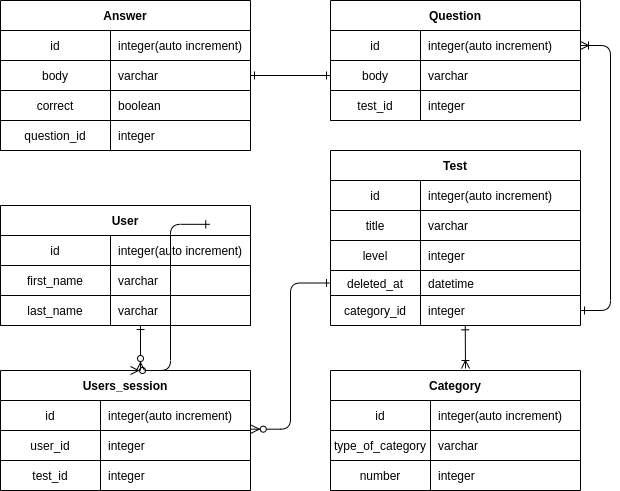
Before: ER-diagram of TestGuru project.png, a diagram exported from draw.io (Yuliya-Kirich/thinknetika_base). Source tidied: cells renumbered, new cells last; positions are measured from the earlier drawing's top-left corner, leaving out a move shared by most shapes. Its diagram source:
```xml
<mxGraphModel>
  <root>
    <mxCell id="0" />
    <mxCell id="1" parent="0" />
    <mxCell id="2" style="edgeStyle=entityRelationEdgeStyle;endArrow=ERone;startArrow=ERoneToMany;endFill=0;startFill=0;" parent="1" edge="1" source="4" target="26">
      <mxGeometry relative="1" as="geometry" />
    </mxCell>
    <mxCell id="3" value="Question" style="shape=table;startSize=30;rowLines=0;fontStyle=1;align=center;" parent="1" vertex="1">
      <mxGeometry x="330" width="250" height="120" as="geometry" />
    </mxCell>
    <mxCell id="4" style="shape=partialRectangle;fillColor=none;points=[[0,0.5],[1,0.5]];portConstraint=eastwest;top=0;left=0;right=0;bottom=1;" parent="3" vertex="1">
      <mxGeometry y="30" width="250" height="30" as="geometry" />
    </mxCell>
    <mxCell id="5" value="id" style="shape=partialRectangle;overflow=hidden;fillColor=none;top=0;left=0;bottom=0;right=0;fontStyle=0;" parent="4" vertex="1">
      <mxGeometry width="90" height="30" as="geometry" />
    </mxCell>
    <mxCell id="6" value="integer(auto increment)" style="shape=partialRectangle;overflow=hidden;fillColor=none;top=0;left=0;bottom=0;right=0;align=left;spacingLeft=6;fontStyle=0;" parent="4" vertex="1">
      <mxGeometry x="90" width="160" height="30" as="geometry" />
    </mxCell>
    <mxCell id="7" style="shape=partialRectangle;fillColor=none;points=[[0,0.5],[1,0.5]];portConstraint=eastwest;top=0;left=0;right=0;bottom=1;" parent="3" vertex="1">
      <mxGeometry y="60" width="250" height="30" as="geometry" />
    </mxCell>
    <mxCell id="8" value="body" style="shape=partialRectangle;overflow=hidden;fillColor=none;top=0;left=0;bottom=0;right=0;fontStyle=0;" parent="7" vertex="1">
      <mxGeometry width="90" height="30" as="geometry" />
    </mxCell>
    <mxCell id="9" value="varchar" style="shape=partialRectangle;overflow=hidden;fillColor=none;top=0;left=0;bottom=0;right=0;align=left;spacingLeft=6;fontStyle=0;" parent="7" vertex="1">
      <mxGeometry x="90" width="160" height="30" as="geometry" />
    </mxCell>
    <mxCell id="10" style="shape=partialRectangle;fillColor=none;top=0;left=0;right=0;bottom=1;" parent="3" vertex="1">
      <mxGeometry y="90" width="250" height="30" as="geometry" />
    </mxCell>
    <mxCell id="11" value="test_id" style="shape=partialRectangle;overflow=hidden;fillColor=none;top=0;left=0;bottom=0;right=0;fontStyle=0;" parent="10" vertex="1">
      <mxGeometry width="90" height="30" as="geometry" />
    </mxCell>
    <mxCell id="12" value="integer" style="shape=partialRectangle;overflow=hidden;fillColor=none;top=0;left=0;bottom=0;right=0;align=left;spacingLeft=6;fontStyle=0;" parent="10" vertex="1">
      <mxGeometry x="90" width="160" height="30" as="geometry" />
    </mxCell>
    <mxCell id="13" value="Test" style="shape=table;startSize=30;rowLines=0;fontStyle=1;align=center;" parent="1" vertex="1">
      <mxGeometry x="330" y="150" width="250" height="175" as="geometry" />
    </mxCell>
    <mxCell id="14" style="shape=partialRectangle;fillColor=none;top=0;left=0;right=0;bottom=1;" parent="13" vertex="1">
      <mxGeometry y="30" width="250" height="30" as="geometry" />
    </mxCell>
    <mxCell id="15" value="id" style="shape=partialRectangle;overflow=hidden;fillColor=none;top=0;left=0;bottom=0;right=0;fontStyle=0;" parent="14" vertex="1">
      <mxGeometry width="90" height="30" as="geometry" />
    </mxCell>
    <mxCell id="16" value="integer(auto increment)" style="shape=partialRectangle;overflow=hidden;fillColor=none;top=0;left=0;bottom=0;right=0;align=left;spacingLeft=6;fontStyle=0;" parent="14" vertex="1">
      <mxGeometry x="90" width="160" height="30" as="geometry" />
    </mxCell>
    <mxCell id="17" style="shape=partialRectangle;fillColor=none;top=0;left=0;right=0;bottom=1;" parent="13" vertex="1">
      <mxGeometry y="60" width="250" height="30" as="geometry" />
    </mxCell>
    <mxCell id="18" value="title" style="shape=partialRectangle;overflow=hidden;fillColor=none;top=0;left=0;bottom=0;right=0;fontStyle=0;" parent="17" vertex="1">
      <mxGeometry width="90" height="30" as="geometry" />
    </mxCell>
    <mxCell id="19" value="varchar" style="shape=partialRectangle;overflow=hidden;fillColor=none;top=0;left=0;bottom=0;right=0;align=left;spacingLeft=6;fontStyle=0;" parent="17" vertex="1">
      <mxGeometry x="90" width="160" height="30" as="geometry" />
    </mxCell>
    <mxCell id="20" style="shape=partialRectangle;fillColor=none;top=0;left=0;right=0;bottom=1;" parent="13" vertex="1">
      <mxGeometry y="90" width="250" height="30" as="geometry" />
    </mxCell>
    <mxCell id="21" value="level" style="shape=partialRectangle;overflow=hidden;fillColor=none;top=0;left=0;bottom=0;right=0;fontStyle=0;" parent="20" vertex="1">
      <mxGeometry width="90" height="30" as="geometry" />
    </mxCell>
    <mxCell id="22" value="integer" style="shape=partialRectangle;overflow=hidden;fillColor=none;top=0;left=0;bottom=0;right=0;align=left;spacingLeft=6;fontStyle=0;" parent="20" vertex="1">
      <mxGeometry x="90" width="160" height="30" as="geometry" />
    </mxCell>
    <mxCell id="23" style="shape=partialRectangle;fillColor=none;points=[[0,0.5],[1,0.5]];portConstraint=eastwest;top=0;left=0;right=0;bottom=1;" parent="13" vertex="1">
      <mxGeometry y="120" width="250" height="25" as="geometry" />
    </mxCell>
    <mxCell id="24" value="deleted_at" style="shape=partialRectangle;overflow=hidden;fillColor=none;top=0;left=0;bottom=0;right=0;fontStyle=0;" parent="23" vertex="1">
      <mxGeometry width="90" height="25" as="geometry" />
    </mxCell>
    <mxCell id="25" value="datetime" style="shape=partialRectangle;overflow=hidden;fillColor=none;top=0;left=0;bottom=0;right=0;align=left;spacingLeft=6;fontStyle=0;" parent="23" vertex="1">
      <mxGeometry x="90" width="160" height="25" as="geometry" />
    </mxCell>
    <mxCell id="26" style="shape=partialRectangle;fillColor=none;points=[[0,0.5],[1,0.5]];portConstraint=eastwest;top=0;left=0;right=0;bottom=0;" parent="13" vertex="1">
      <mxGeometry y="145" width="250" height="30" as="geometry" />
    </mxCell>
    <mxCell id="27" value="category_id" style="shape=partialRectangle;overflow=hidden;fillColor=none;top=0;left=0;bottom=0;right=0;" parent="26" vertex="1">
      <mxGeometry width="90" height="30" as="geometry" />
    </mxCell>
    <mxCell id="28" value="integer" style="shape=partialRectangle;overflow=hidden;fillColor=none;top=0;left=0;bottom=0;right=0;align=left;spacingLeft=6;" parent="26" vertex="1">
      <mxGeometry x="90" width="160" height="30" as="geometry" />
    </mxCell>
    <mxCell id="29" value="Answer" style="shape=table;startSize=30;rowLines=0;fontStyle=1;align=center;" parent="1" vertex="1">
      <mxGeometry width="250" height="150" as="geometry" />
    </mxCell>
    <mxCell id="30" style="shape=partialRectangle;fillColor=none;top=0;left=0;right=0;bottom=1;" parent="29" vertex="1">
      <mxGeometry y="30" width="250" height="30" as="geometry" />
    </mxCell>
    <mxCell id="31" value="id" style="shape=partialRectangle;overflow=hidden;fillColor=none;top=0;left=0;bottom=0;right=0;fontStyle=0;" parent="30" vertex="1">
      <mxGeometry width="110" height="30" as="geometry" />
    </mxCell>
    <mxCell id="32" value="integer(auto increment)" style="shape=partialRectangle;overflow=hidden;fillColor=none;top=0;left=0;bottom=0;right=0;align=left;spacingLeft=6;fontStyle=0;" parent="30" vertex="1">
      <mxGeometry x="110" width="140" height="30" as="geometry" />
    </mxCell>
    <mxCell id="33" style="shape=partialRectangle;fillColor=none;points=[[0,0.5],[1,0.5]];portConstraint=eastwest;top=0;left=0;right=0;bottom=1;" parent="29" vertex="1">
      <mxGeometry y="60" width="250" height="30" as="geometry" />
    </mxCell>
    <mxCell id="34" value="body" style="shape=partialRectangle;overflow=hidden;fillColor=none;top=0;left=0;bottom=0;right=0;fontStyle=0;" parent="33" vertex="1">
      <mxGeometry width="110" height="30" as="geometry" />
    </mxCell>
    <mxCell id="35" value="varchar" style="shape=partialRectangle;overflow=hidden;fillColor=none;top=0;left=0;bottom=0;right=0;align=left;spacingLeft=6;fontStyle=0;" parent="33" vertex="1">
      <mxGeometry x="110" width="140" height="30" as="geometry" />
    </mxCell>
    <mxCell id="36" style="shape=partialRectangle;fillColor=none;top=0;left=0;right=0;bottom=1;" parent="29" vertex="1">
      <mxGeometry y="90" width="250" height="30" as="geometry" />
    </mxCell>
    <mxCell id="37" value="correct" style="shape=partialRectangle;overflow=hidden;fillColor=none;top=0;left=0;bottom=0;right=0;fontStyle=0;" parent="36" vertex="1">
      <mxGeometry width="110" height="30" as="geometry" />
    </mxCell>
    <mxCell id="38" value="boolean" style="shape=partialRectangle;overflow=hidden;fillColor=none;top=0;left=0;bottom=0;right=0;align=left;spacingLeft=6;fontStyle=0;" parent="36" vertex="1">
      <mxGeometry x="110" width="140" height="30" as="geometry" />
    </mxCell>
    <mxCell id="39" style="shape=partialRectangle;fillColor=none;top=0;left=0;right=0;bottom=1;" parent="29" vertex="1">
      <mxGeometry y="120" width="250" height="30" as="geometry" />
    </mxCell>
    <mxCell id="40" value="question_id" style="shape=partialRectangle;overflow=hidden;fillColor=none;top=0;left=0;bottom=0;right=0;fontStyle=0;" parent="39" vertex="1">
      <mxGeometry width="110" height="30" as="geometry" />
    </mxCell>
    <mxCell id="41" value="integer" style="shape=partialRectangle;overflow=hidden;fillColor=none;top=0;left=0;bottom=0;right=0;align=left;spacingLeft=6;fontStyle=0;" parent="39" vertex="1">
      <mxGeometry x="110" width="140" height="30" as="geometry" />
    </mxCell>
    <mxCell id="42" value="Category" style="shape=table;startSize=30;rowLines=0;fontStyle=1;align=center;" parent="1" vertex="1">
      <mxGeometry x="330" y="370" width="250" height="120" as="geometry" />
    </mxCell>
    <mxCell id="43" style="shape=partialRectangle;fillColor=none;top=0;left=0;right=0;bottom=1;" parent="42" vertex="1">
      <mxGeometry y="30" width="250" height="30" as="geometry" />
    </mxCell>
    <mxCell id="44" value="id" style="shape=partialRectangle;overflow=hidden;fillColor=none;top=0;left=0;bottom=0;right=0;fontStyle=0;" parent="43" vertex="1">
      <mxGeometry width="100" height="30" as="geometry" />
    </mxCell>
    <mxCell id="45" value="integer(auto increment)" style="shape=partialRectangle;overflow=hidden;fillColor=none;top=0;left=0;bottom=0;right=0;align=left;spacingLeft=6;fontStyle=0;" parent="43" vertex="1">
      <mxGeometry x="100" width="150" height="30" as="geometry" />
    </mxCell>
    <mxCell id="46" style="shape=partialRectangle;fillColor=none;top=0;left=0;right=0;bottom=1;" parent="42" vertex="1">
      <mxGeometry y="60" width="250" height="30" as="geometry" />
    </mxCell>
    <mxCell id="47" value="type_of_category" style="shape=partialRectangle;overflow=hidden;fillColor=none;top=0;left=0;bottom=0;right=0;fontStyle=0;" parent="46" vertex="1">
      <mxGeometry width="100" height="30" as="geometry" />
    </mxCell>
    <mxCell id="48" value="varchar" style="shape=partialRectangle;overflow=hidden;fillColor=none;top=0;left=0;bottom=0;right=0;align=left;spacingLeft=6;fontStyle=0;" parent="46" vertex="1">
      <mxGeometry x="100" width="150" height="30" as="geometry" />
    </mxCell>
    <mxCell id="49" style="shape=partialRectangle;fillColor=none;top=0;left=0;right=0;bottom=0;" parent="42" vertex="1">
      <mxGeometry y="90" width="250" height="30" as="geometry" />
    </mxCell>
    <mxCell id="50" value="number" style="shape=partialRectangle;overflow=hidden;fillColor=none;top=0;left=0;bottom=0;right=0;" parent="49" vertex="1">
      <mxGeometry width="100" height="30" as="geometry" />
    </mxCell>
    <mxCell id="51" value="integer" style="shape=partialRectangle;overflow=hidden;fillColor=none;top=0;left=0;bottom=0;right=0;align=left;spacingLeft=6;" parent="49" vertex="1">
      <mxGeometry x="100" width="150" height="30" as="geometry" />
    </mxCell>
    <mxCell id="52" style="edgeStyle=orthogonalEdgeStyle;rounded=0;jettySize=auto;html=1;exitX=1;exitY=0.5;exitDx=0;exitDy=0;entryX=0;entryY=0.5;entryDx=0;entryDy=0;endArrow=ERone;endFill=0;startArrow=ERone;startFill=0;" parent="1" edge="1" source="33" target="7">
      <mxGeometry relative="1" as="geometry" />
    </mxCell>
    <mxCell id="53" style="endArrow=ERone;startArrow=ERoneToMany;endFill=0;startFill=0;entryX=0.539;entryY=1.011;entryDx=0;entryDy=0;entryPerimeter=0;" parent="1" edge="1" target="26">
      <mxGeometry relative="1" as="geometry">
        <mxPoint x="465" y="368" as="sourcePoint" />
      </mxGeometry>
    </mxCell>
    <mxCell id="54" value="User" style="shape=table;startSize=30;rowLines=0;fontStyle=1;align=center;" parent="1" vertex="1">
      <mxGeometry y="205" width="250" height="120" as="geometry" />
    </mxCell>
    <mxCell id="55" style="shape=partialRectangle;fillColor=none;top=0;left=0;right=0;bottom=1;" parent="54" vertex="1">
      <mxGeometry y="30" width="250" height="30" as="geometry" />
    </mxCell>
    <mxCell id="56" value="id" style="shape=partialRectangle;overflow=hidden;fillColor=none;top=0;left=0;bottom=0;right=0;fontStyle=0;" parent="55" vertex="1">
      <mxGeometry width="110" height="30" as="geometry" />
    </mxCell>
    <mxCell id="57" value="integer(auto increment)" style="shape=partialRectangle;overflow=hidden;fillColor=none;top=0;left=0;bottom=0;right=0;align=left;spacingLeft=6;fontStyle=0;" parent="55" vertex="1">
      <mxGeometry x="110" width="140" height="30" as="geometry" />
    </mxCell>
    <mxCell id="58" style="shape=partialRectangle;fillColor=none;top=0;left=0;right=0;bottom=1;" parent="54" vertex="1">
      <mxGeometry y="60" width="250" height="30" as="geometry" />
    </mxCell>
    <mxCell id="59" value="first_name" style="shape=partialRectangle;overflow=hidden;fillColor=none;top=0;left=0;bottom=0;right=0;fontStyle=0;" parent="58" vertex="1">
      <mxGeometry width="110" height="30" as="geometry" />
    </mxCell>
    <mxCell id="60" value="varchar" style="shape=partialRectangle;overflow=hidden;fillColor=none;top=0;left=0;bottom=0;right=0;align=left;spacingLeft=6;fontStyle=0;" parent="58" vertex="1">
      <mxGeometry x="110" width="140" height="30" as="geometry" />
    </mxCell>
    <mxCell id="61" style="shape=partialRectangle;fillColor=none;points=[[0,0.5],[1,0.5]];portConstraint=eastwest;top=0;left=0;right=0;bottom=1;" parent="54" vertex="1">
      <mxGeometry y="90" width="250" height="30" as="geometry" />
    </mxCell>
    <mxCell id="62" value="last_name" style="shape=partialRectangle;overflow=hidden;fillColor=none;top=0;left=0;bottom=0;right=0;fontStyle=0;" parent="61" vertex="1">
      <mxGeometry width="110" height="30" as="geometry" />
    </mxCell>
    <mxCell id="63" value="varchar" style="shape=partialRectangle;overflow=hidden;fillColor=none;top=0;left=0;bottom=0;right=0;align=left;spacingLeft=6;fontStyle=0;" parent="61" vertex="1">
      <mxGeometry x="110" width="140" height="30" as="geometry" />
    </mxCell>
    <mxCell id="64" value="Users_session" style="shape=table;startSize=30;rowLines=0;fontStyle=1;align=center;" parent="1" vertex="1">
      <mxGeometry y="370" width="250" height="120" as="geometry" />
    </mxCell>
    <mxCell id="65" style="shape=partialRectangle;fillColor=none;top=0;left=0;right=0;bottom=1;" parent="64" vertex="1">
      <mxGeometry y="30" width="250" height="30" as="geometry" />
    </mxCell>
    <mxCell id="66" value="id" style="shape=partialRectangle;overflow=hidden;fillColor=none;top=0;left=0;bottom=0;right=0;fontStyle=0;" parent="65" vertex="1">
      <mxGeometry width="100" height="30" as="geometry" />
    </mxCell>
    <mxCell id="67" value="integer(auto increment)" style="shape=partialRectangle;overflow=hidden;fillColor=none;top=0;left=0;bottom=0;right=0;align=left;spacingLeft=6;fontStyle=0;" parent="65" vertex="1">
      <mxGeometry x="100" width="150" height="30" as="geometry" />
    </mxCell>
    <mxCell id="68" style="shape=partialRectangle;fillColor=none;points=[[0,0.5],[1,0.5]];portConstraint=eastwest;top=0;left=0;right=0;bottom=1;" parent="64" vertex="1">
      <mxGeometry y="60" width="250" height="30" as="geometry" />
    </mxCell>
    <mxCell id="69" value="user_id" style="shape=partialRectangle;overflow=hidden;fillColor=none;top=0;left=0;bottom=0;right=0;fontStyle=0;" parent="68" vertex="1">
      <mxGeometry width="100" height="30" as="geometry" />
    </mxCell>
    <mxCell id="70" value="integer" style="shape=partialRectangle;overflow=hidden;fillColor=none;top=0;left=0;bottom=0;right=0;align=left;spacingLeft=6;fontStyle=0;" parent="68" vertex="1">
      <mxGeometry x="100" width="150" height="30" as="geometry" />
    </mxCell>
    <mxCell id="71" style="shape=partialRectangle;fillColor=none;top=0;left=0;right=0;bottom=0;" parent="64" vertex="1">
      <mxGeometry y="90" width="250" height="30" as="geometry" />
    </mxCell>
    <mxCell id="72" value="test_id" style="shape=partialRectangle;overflow=hidden;fillColor=none;top=0;left=0;bottom=0;right=0;" parent="71" vertex="1">
      <mxGeometry width="100" height="30" as="geometry" />
    </mxCell>
    <mxCell id="73" value="integer" style="shape=partialRectangle;overflow=hidden;fillColor=none;top=0;left=0;bottom=0;right=0;align=left;spacingLeft=6;" parent="71" vertex="1">
      <mxGeometry x="100" width="150" height="30" as="geometry" />
    </mxCell>
    <mxCell id="74" style="endArrow=ERone;startArrow=ERzeroToMany;endFill=0;startFill=1;entryX=0;entryY=0.5;entryDx=0;entryDy=0;exitX=1.003;exitY=-0.044;exitDx=0;exitDy=0;exitPerimeter=0;edgeStyle=elbowEdgeStyle;" parent="1" edge="1" source="68" target="23">
      <mxGeometry relative="1" as="geometry" />
    </mxCell>
    <mxCell id="75" style="endArrow=ERone;startArrow=ERzeroToMany;endFill=0;startFill=1;edgeStyle=elbowEdgeStyle;" parent="1" edge="1">
      <mxGeometry relative="1" as="geometry">
        <mxPoint x="130" y="370" as="sourcePoint" />
        <mxPoint x="209.2" y="223.8" as="targetPoint" />
      </mxGeometry>
    </mxCell>
    <mxCell id="76" style="endArrow=ERone;startArrow=ERzeroToMany;endFill=0;startFill=1;edgeStyle=elbowEdgeStyle;" parent="1" edge="1" target="61">
      <mxGeometry relative="1" as="geometry">
        <mxPoint x="140" y="370" as="sourcePoint" />
      </mxGeometry>
    </mxCell>
  </root>
</mxGraphModel>
```
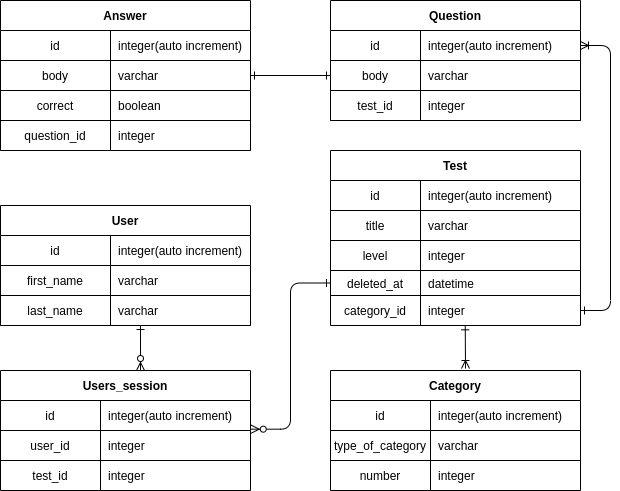
After the change.

The edit, as a diff of the source:
```diff
@@ -223,12 +223,6 @@
     <mxCell id="74" style="endArrow=ERone;startArrow=ERzeroToMany;endFill=0;startFill=1;entryX=0;entryY=0.5;entryDx=0;entryDy=0;exitX=1.003;exitY=-0.044;exitDx=0;exitDy=0;exitPerimeter=0;edgeStyle=elbowEdgeStyle;" parent="1" edge="1" source="68" target="23">
       <mxGeometry relative="1" as="geometry" />
     </mxCell>
-    <mxCell id="75" style="endArrow=ERone;startArrow=ERzeroToMany;endFill=0;startFill=1;edgeStyle=elbowEdgeStyle;" parent="1" edge="1">
-      <mxGeometry relative="1" as="geometry">
-        <mxPoint x="130" y="370" as="sourcePoint" />
-        <mxPoint x="209.2" y="223.8" as="targetPoint" />
-      </mxGeometry>
-    </mxCell>
     <mxCell id="76" style="endArrow=ERone;startArrow=ERzeroToMany;endFill=0;startFill=1;edgeStyle=elbowEdgeStyle;" parent="1" edge="1" target="61">
       <mxGeometry relative="1" as="geometry">
         <mxPoint x="140" y="370" as="sourcePoint" />
```
